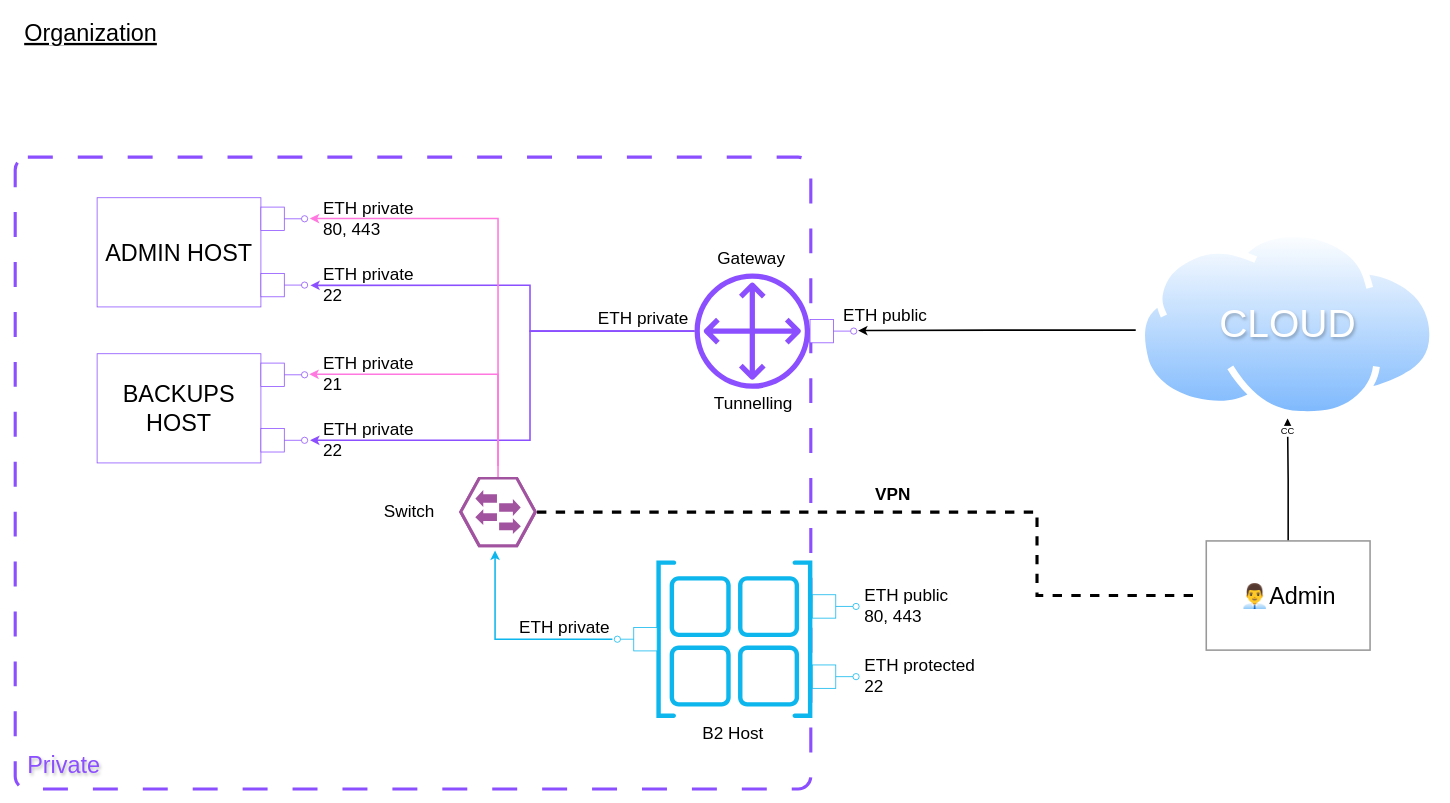
Before: doc/Organization.drawio in yesbabylon/b2, a draw.io diagram. Source tidied: cells renumbered, new cells numbered last; positions are measured from the earlier drawing's top-left corner, leaving out a move shared by most shapes. Both pictures are drawn from the tidied source at 78%, with x=0, y=0 at pixel (15, 13).
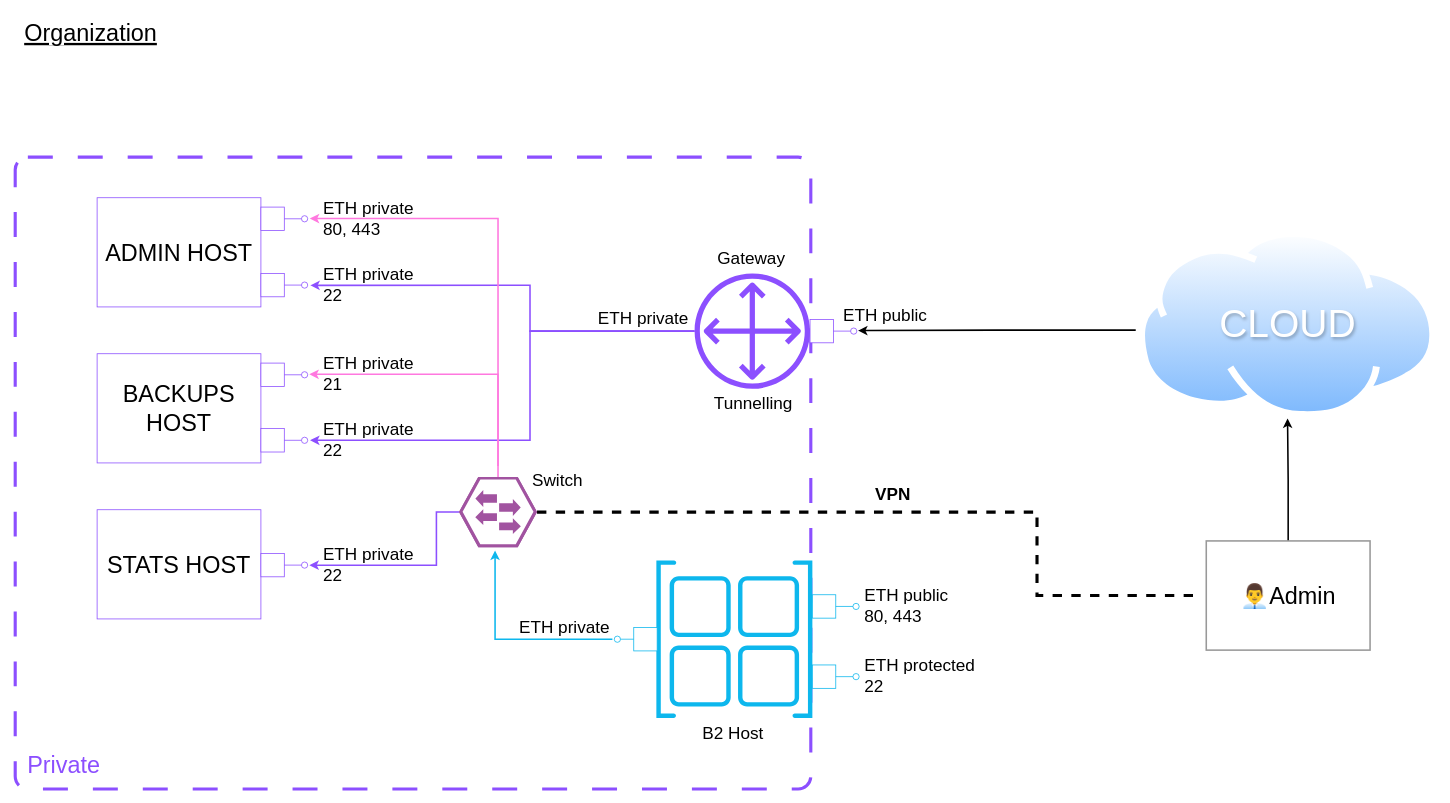
After the change.

The change refers to these unchanged cells:
```xml
<mxCell id="11" style="verticalLabelPosition=bottom;sketch=0;html=1;fillColor=#A153A0;strokeColor=#ffffff;verticalAlign=top;align=center;points=[[0,0.5,0],[0.125,0.25,0],[0.25,0,0],[0.5,0,0],[0.75,0,0],[0.875,0.25,0],[1,0.5,0],[0.875,0.75,0],[0.75,1,0],[0.5,1,0],[0.125,0.75,0]];shape=mxgraph.cisco_safe.compositeIcon;bgIcon=mxgraph.cisco_safe.design.blank_device;resIcon=mxgraph.cisco_safe.design.access_switch_2;" parent="1" vertex="1">
  <mxGeometry x="569" y="594" width="100" height="90" as="geometry" />
</mxCell>
```

Change to the diagram source:
```diff
@@
     <mxCell id="15" value="Switch" style="text;strokeColor=none;align=center;fillColor=none;html=1;verticalAlign=middle;whiteSpace=wrap;rounded=0;fontSize=22;" parent="1" vertex="1">
-      <mxGeometry x="442" y="624" width="127" height="30" as="geometry" />
+      <mxGeometry x="632" y="584" width="127" height="30" as="geometry" />
     </mxCell>
@@
-    <mxCell id="40" value="&lt;font style=&quot;font-size: 30px;&quot;&gt;Private&lt;/font&gt;" style="text;html=1;align=center;verticalAlign=middle;strokeColor=none;fillColor=none;fontColor=#8C4FFF;textShadow=1;" parent="1" vertex="1">
+    <mxCell id="40" value="&lt;font style=&quot;font-size: 30px;&quot;&gt;Private&lt;/font&gt;" style="text;html=1;align=center;verticalAlign=middle;strokeColor=none;fillColor=none;fontColor=#8C4FFF;textShadow=0;" parent="1" vertex="1">
       <mxGeometry x="2" y="938" width="120" height="50" as="geometry" />
     </mxCell>
@@
-    <mxCell id="51" value="CC" style="image;perimeter=ellipsePerimeter;html=1;align=center;shadow=0;dashed=0;spacingTop=3;image=img/lib/active_directory/internet_cloud.svg;" parent="1" vertex="1">
+    <mxCell id="51" style="image;perimeter=ellipsePerimeter;html=1;align=center;shadow=0;dashed=0;spacingTop=3;image=img/lib/active_directory/internet_cloud.svg;" parent="1" vertex="1">
       <mxGeometry x="1440" y="278" width="382.4" height="241" as="geometry" />
     </mxCell>
@@
+    <mxCell id="59" value="STATS HOST" style="html=1;whiteSpace=wrap;strokeColor=#8C4FFF;fontSize=30;" parent="1" vertex="1">
+      <mxGeometry x="105" y="636" width="210" height="140" as="geometry" />
+    </mxCell>
+    <mxCell id="60" style="html=1;rounded=0;strokeColor=#8C4FFF;" parent="1" vertex="1">
+      <mxGeometry x="315" y="692" width="30" height="30" as="geometry" />
+    </mxCell>
+    <mxCell id="61" style="endArrow=none;html=1;rounded=0;align=center;verticalAlign=top;endFill=0;labelBackgroundColor=none;endSize=2;strokeColor=#8C4FFF;" parent="1" edge="1" source="60" target="62">
+      <mxGeometry relative="1" as="geometry" />
+    </mxCell>
+    <mxCell id="62" style="ellipse;html=1;fontSize=11;align=center;fillColor=none;points=[];verticalAlign=bottom;labelPosition=center;verticalLabelPosition=top;flipH=1;strokeColor=#8C4FFF;" parent="1" vertex="1">
+      <mxGeometry x="367" y="703" width="8" height="8" as="geometry" />
+    </mxCell>
+    <mxCell id="63" value="&lt;span style=&quot;font-size: 22px;&quot;&gt;ETH private&lt;/span&gt;&lt;br style=&quot;padding: 0px; margin: 0px; font-size: 22px;&quot;&gt;&lt;div style=&quot;&quot;&gt;&lt;span style=&quot;font-size: 22px;&quot;&gt;22&lt;/span&gt;&lt;/div&gt;" style="text;html=1;align=left;verticalAlign=middle;strokeColor=none;fillColor=none;" parent="1" vertex="1">
+      <mxGeometry x="393" y="672" width="140" height="70" as="geometry" />
+    </mxCell>
+    <mxCell id="64" style="edgeStyle=orthogonalEdgeStyle;rounded=0;jettySize=auto;html=1;entryX=-0.263;entryY=0.513;entryDx=0;entryDy=0;entryPerimeter=0;strokeWidth=2;strokeColor=#8C4FFF;" parent="1" edge="1" source="11" target="62">
+      <mxGeometry relative="1" as="geometry">
+        <Array as="points">
+          <mxPoint x="540" y="639" />
+          <mxPoint x="540" y="707" />
+        </Array>
+      </mxGeometry>
+    </mxCell>
```
